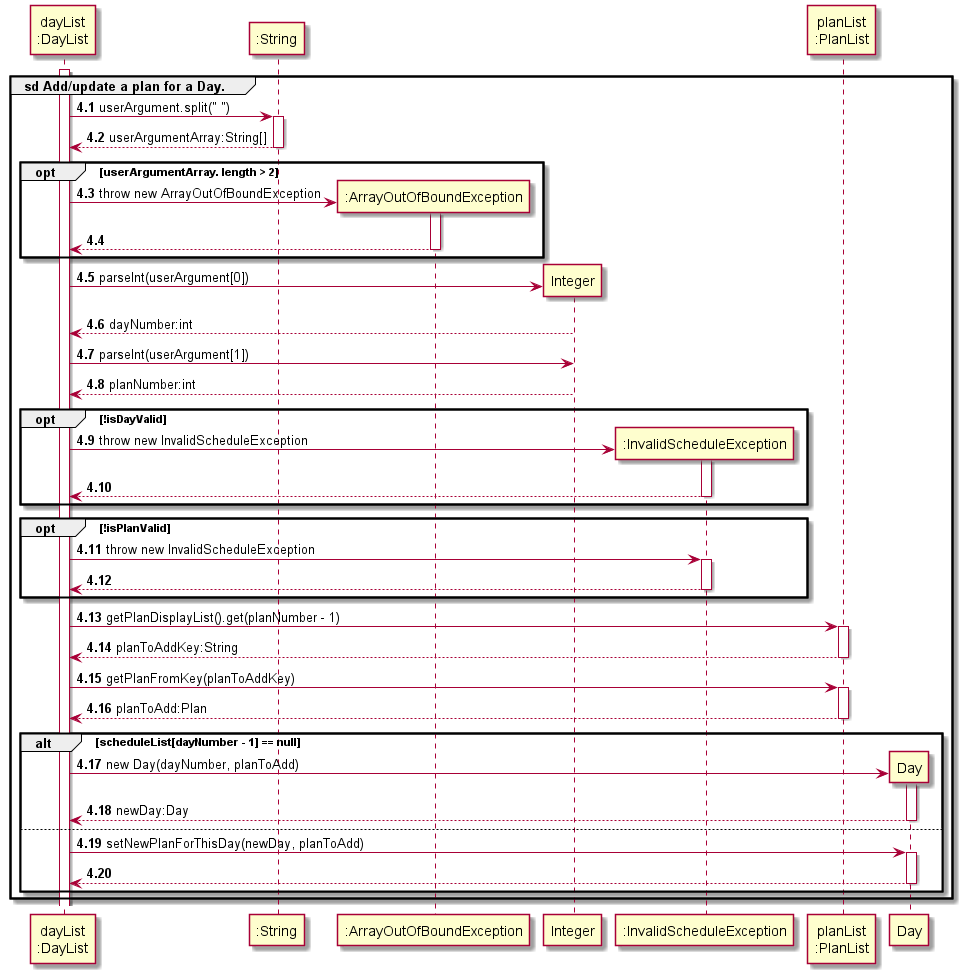
This is docs/uml/sequenceDiagrams/schedule/images/updateScheduleDetails.png from nus-cs2113-AY2122S2/tp, a PlantUML export, as it was before one commit.
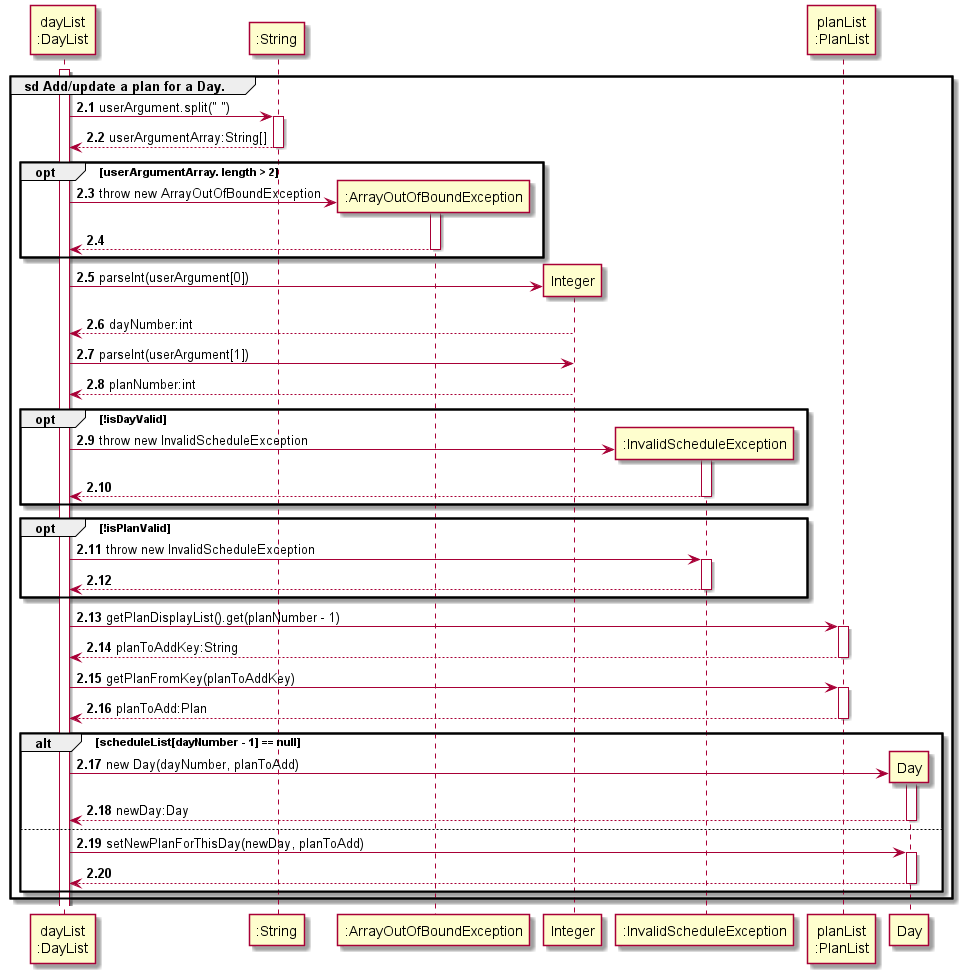
The same file after the commit.

Commit message:
update the DG with latest info on schedule features

The edit, as a diff of the source:
```diff
@@ -1,7 +1,7 @@
 @startuml
 !include ../../Style.puml
 
-autonumber 4.1
+autonumber 2.1
 
 participant "dayList\n:DayList" AS DayList
 participant ":String" AS string
```
